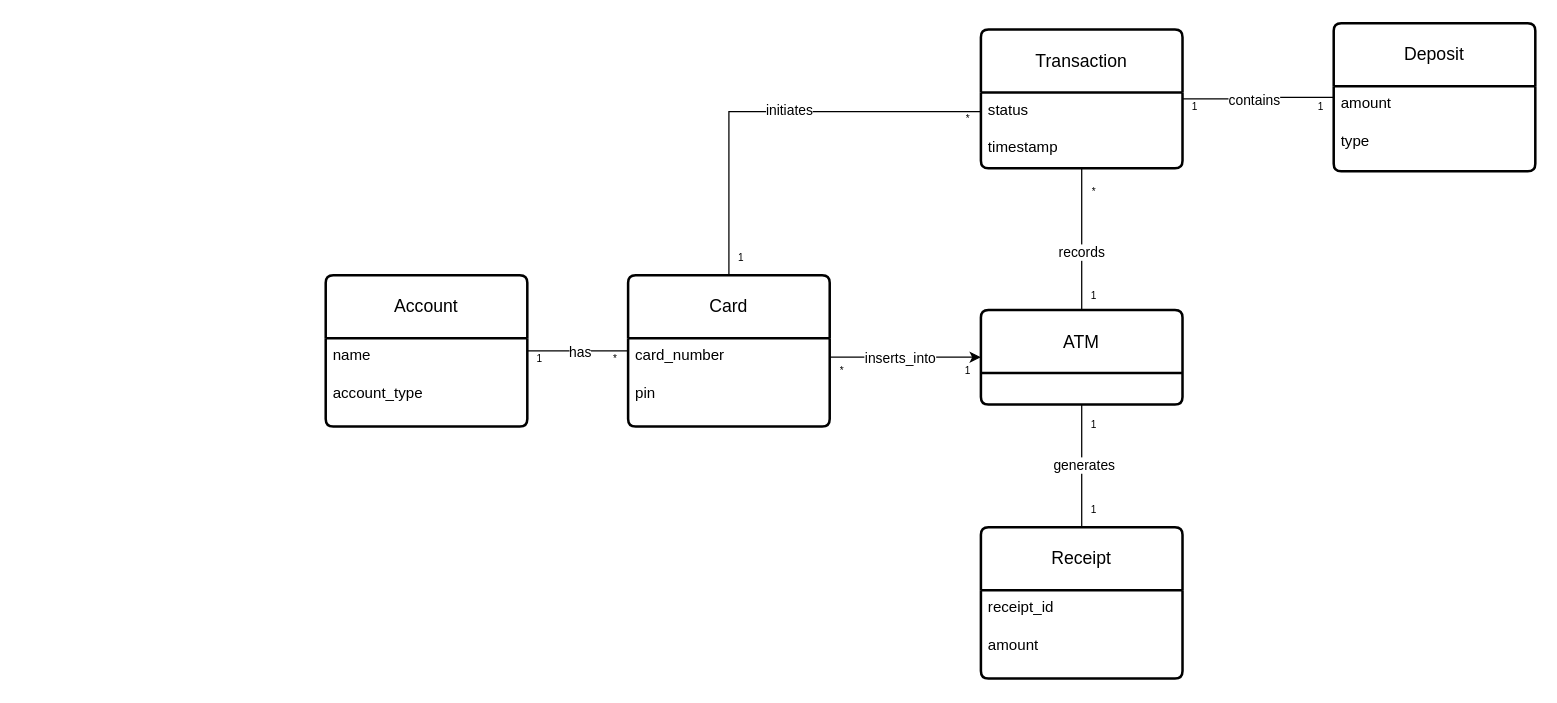
Above: A03 ATM Deposit Domain Model (T13).drawio in AO-5002/A03-ATM-Deposit-Domain-Model-Assignment-T13- (draw.io), before the change. Source tidied: cells renumbered, new cells numbered last; positions are measured from the earlier drawing's top-left corner, leaving out a move shared by most shapes. Both pictures are drawn from the tidied source at 126%, with x=0, y=0 at pixel (325, 23).
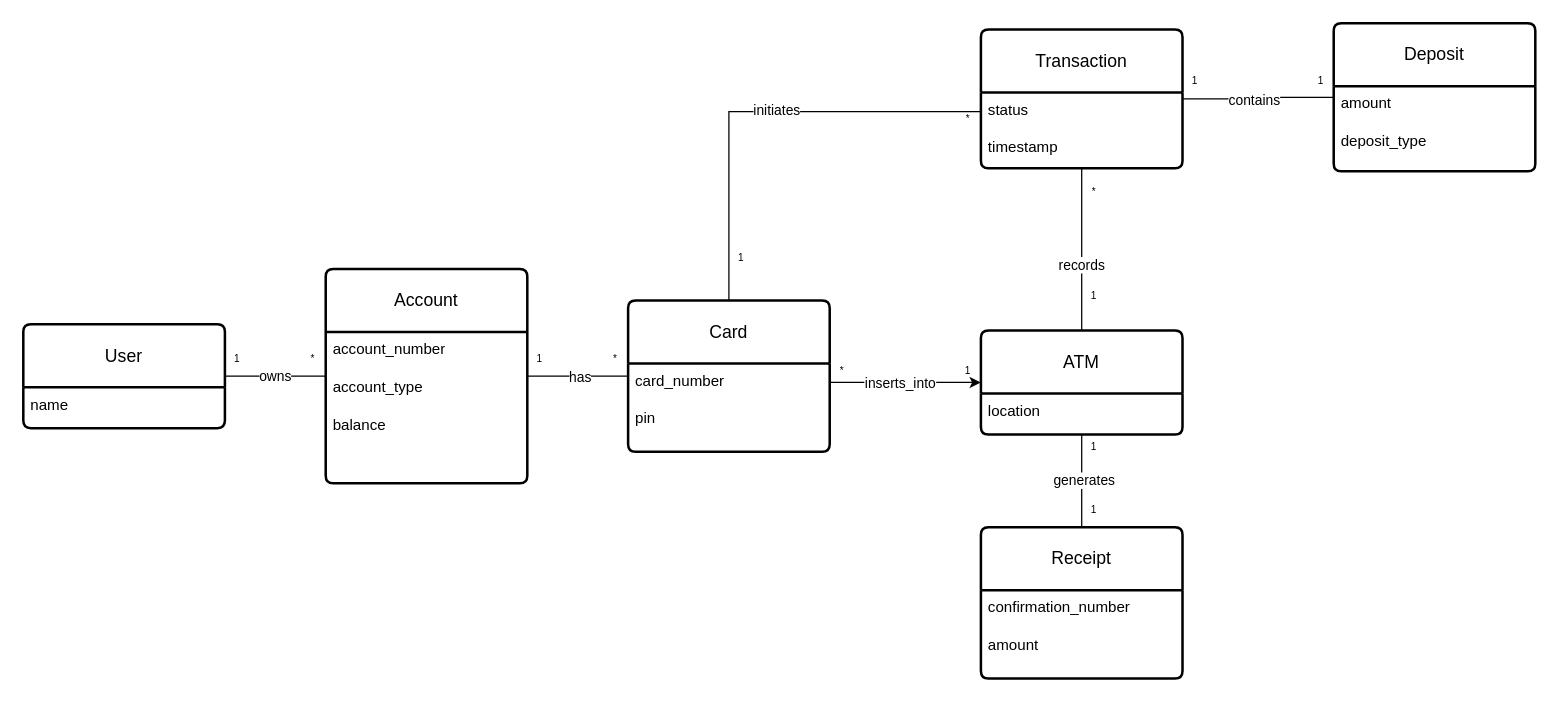
Above is the later version.

The change refers to these unchanged cells:
```xml
<mxCell id="10" value="Deposit" style="swimlane;horizontal=1;startSize=50;rounded=1;fontSize=14;fontStyle=0;strokeWidth=2;shadow=0;dashed=0;align=center;arcSize=4;whiteSpace=wrap;html=1;" parent="1" vertex="1">
  <mxGeometry x="800" width="160" height="117.5" as="geometry" />
</mxCell>
<mxCell id="18" value="Receipt" style="swimlane;horizontal=1;startSize=50;rounded=1;fontSize=14;fontStyle=0;strokeWidth=2;shadow=0;dashed=0;align=center;arcSize=4;whiteSpace=wrap;html=1;" parent="1" vertex="1">
  <mxGeometry x="520" y="400" width="160" height="120" as="geometry" />
</mxCell>
```

Change to the diagram source:
```diff
@@
     <mxCell id="2" value="Card" style="swimlane;horizontal=1;startSize=50;rounded=1;fontSize=14;fontStyle=0;strokeWidth=2;shadow=0;dashed=0;align=center;arcSize=4;whiteSpace=wrap;html=1;" parent="1" vertex="1">
-      <mxGeometry x="240" y="200" width="160" height="120" as="geometry" />
+      <mxGeometry x="240" y="220" width="160" height="120" as="geometry" />
     </mxCell>
@@
     <mxCell id="9" value="ATM" style="swimlane;horizontal=1;startSize=50;rounded=1;fontSize=14;fontStyle=0;strokeWidth=2;shadow=0;dashed=0;align=center;arcSize=4;whiteSpace=wrap;html=1;" parent="1" vertex="1">
-      <mxGeometry x="520" y="227.5" width="160" height="75" as="geometry" />
+      <mxGeometry x="520" y="243.8" width="160" height="82.5" as="geometry" />
     </mxCell>
+    <mxCell id="42" value="location" style="text;strokeColor=none;fillColor=none;spacingLeft=4;spacingRight=4;overflow=hidden;fontSize=12;whiteSpace=wrap;html=1;" parent="9" vertex="1">
+      <mxGeometry y="50" width="160" height="32.5" as="geometry" />
+    </mxCell>
@@
-    <mxCell id="12" value="type" style="text;strokeColor=none;fillColor=none;spacingLeft=4;spacingRight=4;overflow=hidden;fontSize=12;whiteSpace=wrap;html=1;" parent="10" vertex="1">
+    <mxCell id="12" value="deposit_type" style="text;strokeColor=none;fillColor=none;spacingLeft=4;spacingRight=4;overflow=hidden;fontSize=12;whiteSpace=wrap;html=1;" parent="10" vertex="1">
       <mxGeometry y="80" width="160" height="37.5" as="geometry" />
     </mxCell>
@@
     <mxCell id="15" value="Account" style="swimlane;horizontal=1;startSize=50;rounded=1;fontSize=14;fontStyle=0;strokeWidth=2;shadow=0;dashed=0;align=center;arcSize=4;whiteSpace=wrap;html=1;" parent="1" vertex="1">
-      <mxGeometry y="200" width="160" height="120" as="geometry" />
+      <mxGeometry y="195" width="160" height="170" as="geometry" />
     </mxCell>
-    <mxCell id="16" value="name" style="text;strokeColor=none;fillColor=none;spacingLeft=4;spacingRight=4;overflow=hidden;fontSize=12;whiteSpace=wrap;html=1;" parent="15" vertex="1">
-      <mxGeometry y="50" width="160" height="30" as="geometry" />
-    </mxCell>
+    <mxCell id="43" value="account_number" style="text;strokeColor=none;fillColor=none;spacingLeft=4;spacingRight=4;overflow=hidden;fontSize=12;whiteSpace=wrap;html=1;" parent="15" vertex="1">
+      <mxGeometry y="50" width="160" height="30" as="geometry" />
+    </mxCell>
     <mxCell id="17" value="account_type" style="text;strokeColor=none;fillColor=none;spacingLeft=4;spacingRight=4;overflow=hidden;fontSize=12;whiteSpace=wrap;html=1;" parent="15" vertex="1">
-      <mxGeometry y="80" width="160" height="40" as="geometry" />
+      <mxGeometry y="80" width="160" height="30" as="geometry" />
     </mxCell>
+    <mxCell id="44" value="balance" style="text;strokeColor=none;fillColor=none;spacingLeft=4;spacingRight=4;overflow=hidden;fontSize=12;whiteSpace=wrap;html=1;" parent="15" vertex="1">
+      <mxGeometry y="110" width="160" height="60" as="geometry" />
+    </mxCell>
@@
-    <mxCell id="19" value="receipt_id" style="text;strokeColor=none;fillColor=none;spacingLeft=4;spacingRight=4;overflow=hidden;fontSize=12;whiteSpace=wrap;html=1;" parent="18" vertex="1">
+    <mxCell id="19" value="confirmation_number" style="text;strokeColor=none;fillColor=none;spacingLeft=4;spacingRight=4;overflow=hidden;fontSize=12;whiteSpace=wrap;html=1;" parent="18" vertex="1">
       <mxGeometry y="50" width="160" height="30" as="geometry" />
     </mxCell>
@@
     <mxCell id="34" value="&lt;font style=&quot;font-size: 8px;&quot;&gt;1&lt;/font&gt;" style="text;html=1;whiteSpace=wrap;strokeColor=none;fillColor=none;align=center;verticalAlign=middle;rounded=0;" parent="1" vertex="1">
-      <mxGeometry x="680" y="50" width="20" height="30" as="geometry" />
+      <mxGeometry x="680" y="30" width="20" height="30" as="geometry" />
     </mxCell>
     <mxCell id="35" value="&lt;font style=&quot;font-size: 8px;&quot;&gt;1&lt;/font&gt;" style="text;html=1;whiteSpace=wrap;strokeColor=none;fillColor=none;align=center;verticalAlign=middle;rounded=0;" parent="1" vertex="1">
-      <mxGeometry x="780" y="50" width="20" height="30" as="geometry" />
+      <mxGeometry x="780" y="30" width="20" height="30" as="geometry" />
     </mxCell>
@@
-    <mxCell id="38" value="&lt;font style=&quot;font-size: 8px;&quot;&gt;1&lt;/font&gt;" style="text;html=1;whiteSpace=wrap;strokeColor=none;fillColor=none;align=center;verticalAlign=middle;rounded=0;" parent="1" vertex="1">
-      <mxGeometry x="600" y="302.5" width="20" height="30" as="geometry" />
-    </mxCell>
@@
+    <mxCell id="45" style="edgeStyle=orthogonalEdgeStyle;rounded=0;jettySize=auto;html=1;entryX=0;entryY=0.5;entryDx=0;entryDy=0;endArrow=none;endFill=0;" parent="1" edge="1" source="47" target="15">
+      <mxGeometry relative="1" as="geometry" />
+    </mxCell>
+    <mxCell id="46" value="owns" style="edgeLabel;html=1;align=center;verticalAlign=middle;" parent="45" vertex="1">
+      <mxGeometry y="1" relative="1" as="geometry" />
+    </mxCell>
+    <mxCell id="47" value="User" style="swimlane;horizontal=1;startSize=50;rounded=1;fontSize=14;fontStyle=0;strokeWidth=2;shadow=0;dashed=0;align=center;arcSize=4;whiteSpace=wrap;html=1;" parent="1" vertex="1">
+      <mxGeometry x="-240" y="238.8" width="160" height="82.5" as="geometry" />
+    </mxCell>
+    <mxCell id="16" value="name" style="text;strokeColor=none;fillColor=none;spacingLeft=4;spacingRight=4;overflow=hidden;fontSize=12;whiteSpace=wrap;html=1;" parent="47" vertex="1">
+      <mxGeometry y="50" width="160" height="32.5" as="geometry" />
+    </mxCell>
+    <mxCell id="48" value="&lt;font style=&quot;font-size: 8px;&quot;&gt;1&lt;/font&gt;" style="text;html=1;whiteSpace=wrap;strokeColor=none;fillColor=none;align=center;verticalAlign=middle;rounded=0;" parent="1" vertex="1">
+      <mxGeometry x="-80" y="250" width="20" height="30" as="geometry" />
+    </mxCell>
+    <mxCell id="49" value="&lt;font style=&quot;font-size: 8px;&quot;&gt;*&lt;/font&gt;" style="text;html=1;whiteSpace=wrap;strokeColor=none;fillColor=none;align=center;verticalAlign=middle;rounded=0;" parent="1" vertex="1">
+      <mxGeometry x="-20" y="250" width="20" height="30" as="geometry" />
+    </mxCell>
+    <mxCell id="50" value="&lt;font style=&quot;font-size: 8px;&quot;&gt;1&lt;/font&gt;" style="text;html=1;whiteSpace=wrap;strokeColor=none;fillColor=none;align=center;verticalAlign=middle;rounded=0;" parent="1" vertex="1">
+      <mxGeometry x="600" y="320" width="20" height="30" as="geometry" />
+    </mxCell>
```
